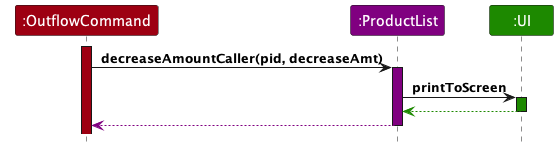
This is docs/images/OutflowCommandSequence.png from leongxingyu/tp, a PlantUML export, as it was before one commit.
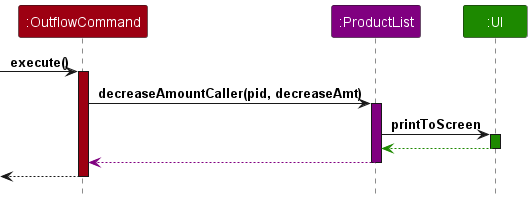
The same diagram one commit later.

Commit message:
Fix action bar for DG sequence diagrams

What changed in the source:
```diff
@@ -5,6 +5,7 @@
 Participant ":ProductList" as productlist PRODUCTLIST_COLOR
 Participant ":UI" as ui UI_COLOR
 
+-> command : execute()
 activate command COMMANDS_COLOR
 
 command -> productlist : decreaseAmountCaller(pid, decreaseAmt)
@@ -18,4 +19,8 @@
 productlist --[PRODUCTLIST_COLOR]> command
 deactivate productlist
 
+<-- command
+deactivate command
+
+
 @enduml
```
